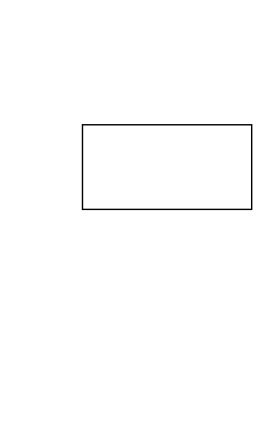
Above: Untitled Diagram.drawio in whuWHX/MS (draw.io), before the change. Source tidied: cells renumbered, new cells numbered last; positions are measured from the earlier drawing's top-left corner, leaving out a move shared by most shapes. Both pictures are drawn from the tidied source at 141%, with x=0, y=0 at pixel (82, 124).
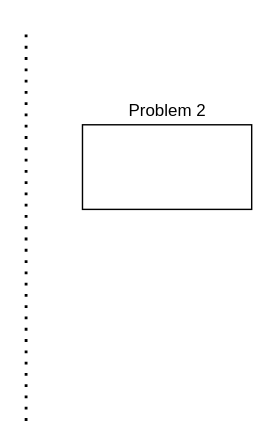
After the change.

What changed in the source:
```diff
@@
 <mxGraphModel>
   <root>
     <mxCell id="0" />
     <mxCell id="1" parent="0" />
     <mxCell id="2" style="rounded=0;whiteSpace=wrap;html=1;" parent="1" vertex="1">
       <mxGeometry width="120" height="60" as="geometry" />
     </mxCell>
+    <mxCell id="3" value="Problem 2" style="text;html=1;align=center;verticalAlign=middle;fillColor=none;strokeColor=none;rounded=0;" parent="1" vertex="1">
+      <mxGeometry x="25" y="-20" width="70" height="20" as="geometry" />
+    </mxCell>
+    <mxCell id="4" style="endArrow=none;dashed=1;html=1;dashPattern=1 3;strokeWidth=2;rounded=0;" parent="1" edge="1">
+      <mxGeometry relative="1" as="geometry">
+        <mxPoint x="-40" y="210" as="sourcePoint" />
+        <mxPoint x="-40" y="-70" as="targetPoint" />
+      </mxGeometry>
+    </mxCell>
   </root>
 </mxGraphModel>
```
